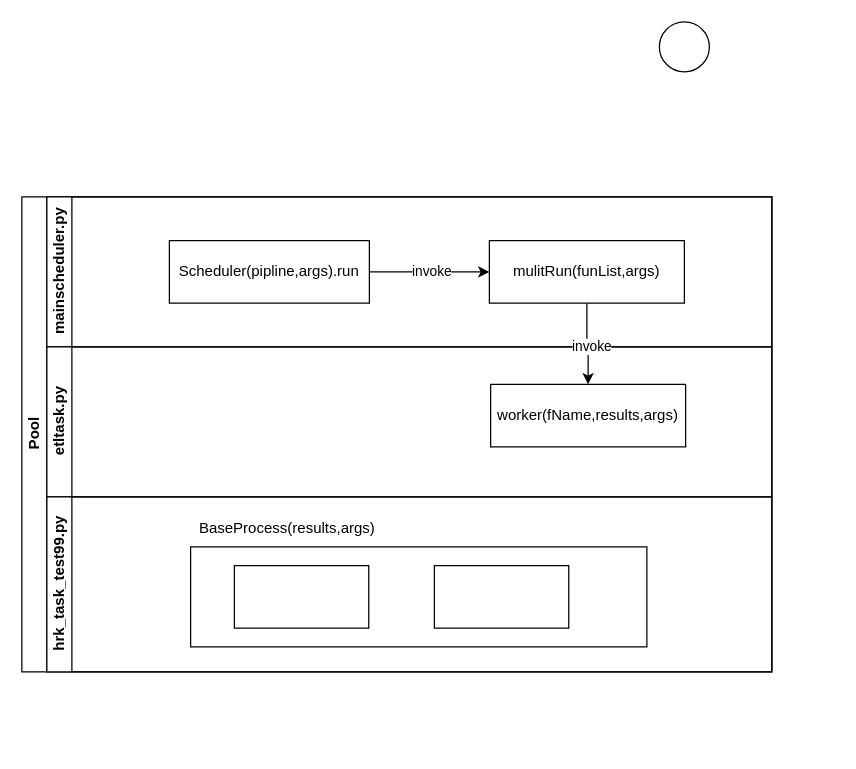
Before: 调度程序流程图.drawio in lsj188/myPlugin, a draw.io diagram. Source tidied: cells renumbered, new cells numbered last; positions are measured from the earlier drawing's top-left corner, leaving out a move shared by most shapes. Both pictures are drawn from the tidied source at 125%, with x=0, y=0 at pixel (21, 21).
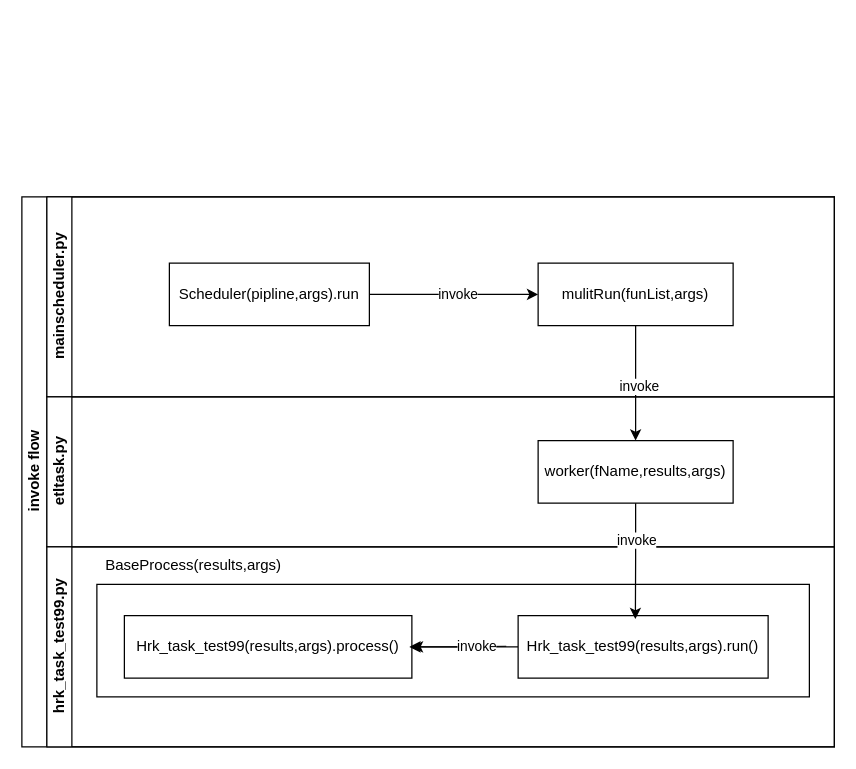
After the change.

Commit message (it also covers changes not shown here):
更新调度程序流程图.drawio

Change to the diagram source:
```diff
@@
-<mxGraphModel>
+<mxGraphModel background="#ffffff">
@@
-    <mxCell id="2" value="Pool" style="swimlane;html=1;horizontal=0;startSize=20;" parent="1" vertex="1">
-      <mxGeometry y="140" width="600" height="380" as="geometry" />
+    <mxCell id="2" value="invoke flow" style="swimlane;html=1;horizontal=0;startSize=20;" parent="1" vertex="1">
+      <mxGeometry y="140" width="650" height="440" as="geometry" />
     </mxCell>
     <mxCell id="3" value="mainscheduler.py" style="swimlane;html=1;startSize=20;horizontal=0;" parent="2" vertex="1">
-      <mxGeometry x="20" width="580" height="120" as="geometry" />
+      <mxGeometry x="20" width="630" height="160" as="geometry" />
     </mxCell>
     <mxCell id="4" value="Scheduler(pipline,args).run" style="rounded=0;whiteSpace=wrap;html=1;fontFamily=Helvetica;fontSize=12;fontColor=#000000;align=center;" parent="3" vertex="1">
-      <mxGeometry x="98" y="35" width="160" height="50" as="geometry" />
+      <mxGeometry x="98" y="53" width="160" height="50" as="geometry" />
     </mxCell>
     <mxCell id="5" value="mulitRun(funList,args)" style="rounded=0;whiteSpace=wrap;html=1;fontFamily=Helvetica;fontSize=12;fontColor=#000000;align=center;" parent="3" vertex="1">
-      <mxGeometry x="354" y="35" width="156" height="50" as="geometry" />
+      <mxGeometry x="393" y="53" width="156" height="50" as="geometry" />
     </mxCell>
@@
     <mxCell id="8" value="etltask.py" style="swimlane;html=1;startSize=20;horizontal=0;" parent="2" vertex="1">
-      <mxGeometry x="20" y="120" width="580" height="120" as="geometry" />
+      <mxGeometry x="20" y="160" width="630" height="120" as="geometry" />
     </mxCell>
     <mxCell id="9" value="worker(fName,results,args)" style="rounded=0;whiteSpace=wrap;html=1;fontFamily=Helvetica;fontSize=12;fontColor=#000000;align=center;" parent="8" vertex="1">
-      <mxGeometry x="355" y="30" width="156" height="50" as="geometry" />
+      <mxGeometry x="393" y="35" width="156" height="50" as="geometry" />
     </mxCell>
     <mxCell id="10" value="hrk_task_test99.py" style="swimlane;html=1;startSize=20;horizontal=0;" parent="2" vertex="1">
-      <mxGeometry x="20" y="240" width="580" height="140" as="geometry" />
+      <mxGeometry x="20" y="280" width="630" height="160" as="geometry" />
     </mxCell>
     <mxCell id="11" style="rounded=0;whiteSpace=wrap;html=1;fontFamily=Helvetica;fontSize=12;fontColor=#000000;align=center;" parent="10" vertex="1">
-      <mxGeometry x="115" y="40" width="365" height="80" as="geometry" />
+      <mxGeometry x="40" y="30" width="570" height="90" as="geometry" />
     </mxCell>
     <mxCell id="12" value="BaseProcess(results,args)" style="text;html=1;strokeColor=none;fillColor=none;align=center;verticalAlign=middle;whiteSpace=wrap;rounded=0;" parent="10" vertex="1">
-      <mxGeometry x="115" y="10" width="155" height="30" as="geometry" />
+      <mxGeometry x="40" width="155" height="30" as="geometry" />
     </mxCell>
-    <mxCell id="13" style="rounded=0;whiteSpace=wrap;html=1;" parent="10" vertex="1">
-      <mxGeometry x="150" y="55" width="107.5" height="50" as="geometry" />
+    <mxCell id="13" value="Hrk_task_test99(results,args).process&lt;span style=&quot;background-color: initial;&quot;&gt;()&lt;/span&gt;" style="rounded=0;whiteSpace=wrap;html=1;" parent="10" vertex="1">
+      <mxGeometry x="62" y="55" width="230" height="50" as="geometry" />
     </mxCell>
+    <mxCell id="18" style="edgeStyle=orthogonalEdgeStyle;rounded=0;jettySize=auto;html=1;" parent="10" edge="1" source="14" target="13">
+      <mxGeometry relative="1" as="geometry" />
+    </mxCell>
-    <mxCell id="14" style="rounded=0;whiteSpace=wrap;html=1;" parent="10" vertex="1">
-      <mxGeometry x="310" y="55" width="107.5" height="50" as="geometry" />
+    <mxCell id="14" value="Hrk_task_test99(results,args).run()" style="rounded=0;whiteSpace=wrap;html=1;" parent="10" vertex="1">
+      <mxGeometry x="377" y="55" width="200" height="50" as="geometry" />
     </mxCell>
+    <mxCell id="19" style="edgeStyle=orthogonalEdgeStyle;rounded=0;orthogonalLoop=1;jettySize=auto;html=1;exitX=0;exitY=0.5;exitDx=0;exitDy=0;" parent="10" edge="1">
+      <mxGeometry relative="1" as="geometry">
+        <mxPoint x="367.5" y="79.5" as="sourcePoint" />
+        <mxPoint x="290" y="80" as="targetPoint" />
+      </mxGeometry>
+    </mxCell>
+    <mxCell id="20" value="invoke" style="edgeLabel;html=1;align=center;verticalAlign=middle;" parent="19" vertex="1">
+      <mxGeometry x="-0.38" relative="1" as="geometry" />
+    </mxCell>
@@
-    <mxCell id="17" style="ellipse;whiteSpace=wrap;html=1;" parent="1" vertex="1">
-      <mxGeometry x="510" width="40" height="40" as="geometry" />
-    </mxCell>
+    <mxCell id="21" style="edgeStyle=orthogonalEdgeStyle;rounded=0;jettySize=auto;html=1;entryX=0.469;entryY=0.056;entryDx=0;entryDy=0;entryPerimeter=0;" parent="2" edge="1" source="9" target="14">
+      <mxGeometry relative="1" as="geometry" />
+    </mxCell>
+    <mxCell id="22" value="invoke" style="edgeLabel;html=1;align=center;verticalAlign=middle;" parent="21" vertex="1">
+      <mxGeometry x="-0.38" relative="1" as="geometry" />
+    </mxCell>
```
